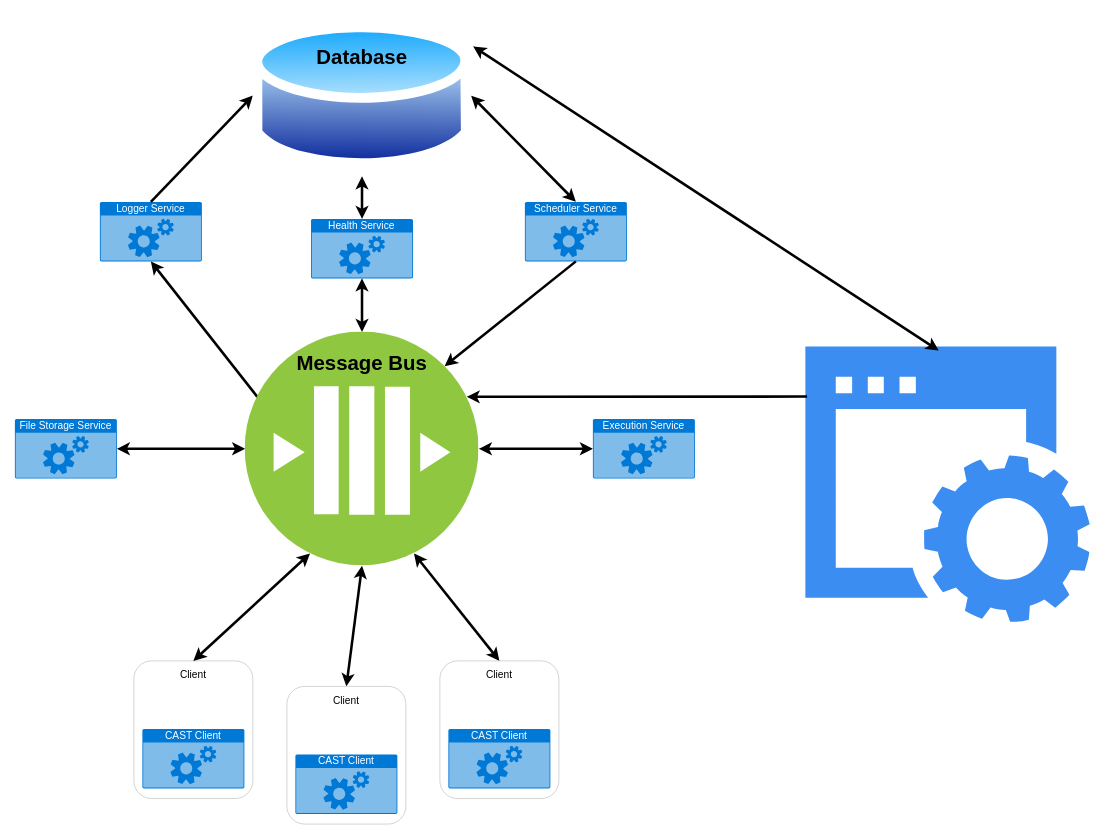
Earlier version of the draw.io diagram Execution_UI/Execution_UI/wwwroot/diagrams/Service_Diagram.drawio (ksnyder2452/cast). Source tidied: cells renumbered, new cells numbered last; positions are measured from the earlier drawing's top-left corner, leaving out a move shared by most shapes. Both pictures are drawn from the tidied source at 85%, with x=0, y=0 at pixel (14, 14).
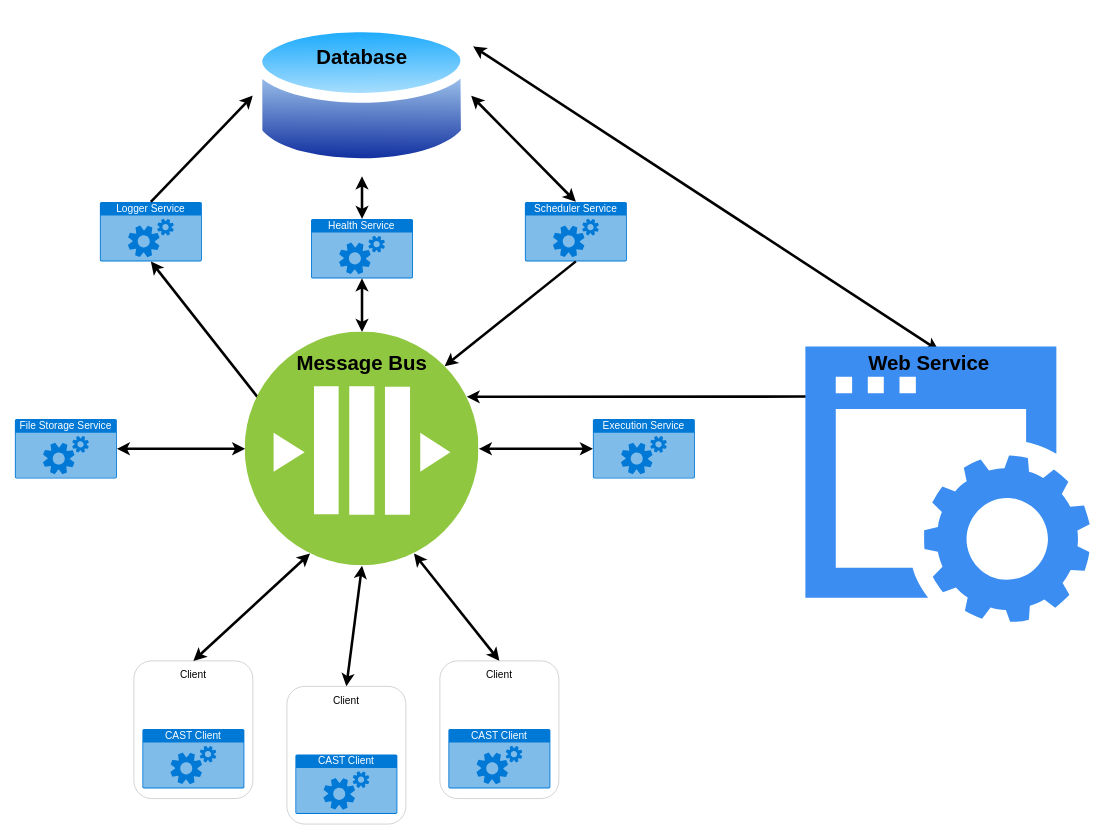
The same diagram, later.

Diff of the diagram source:
```diff
@@
-    <mxCell id="7" style="sketch=0;html=1;strokeColor=none;shadow=0;fillColor=#3B8DF1;verticalAlign=top;labelPosition=center;verticalLabelPosition=bottom;shape=mxgraph.gcp2.website;" parent="1" vertex="1">
-      <mxGeometry x="930" y="390" width="334.5" height="324.5" as="geometry" />
-    </mxCell>
@@
+    <mxCell id="36" style="group;" parent="1" vertex="1">
+      <mxGeometry x="930" y="390" width="334.5" height="324.5" as="geometry" />
+    </mxCell>
+    <mxCell id="7" style="sketch=0;html=1;strokeColor=none;shadow=0;fillColor=#3B8DF1;verticalAlign=top;labelPosition=center;verticalLabelPosition=bottom;shape=mxgraph.gcp2.website;" parent="36" vertex="1">
+      <mxGeometry width="334.5" height="324.5" as="geometry" />
+    </mxCell>
+    <mxCell id="37" value="Web Service" style="text;strokeColor=none;fillColor=none;html=1;fontSize=24;fontStyle=1;verticalAlign=middle;align=center;" parent="36" vertex="1">
+      <mxGeometry x="60" width="170" height="40" as="geometry" />
+    </mxCell>
```
